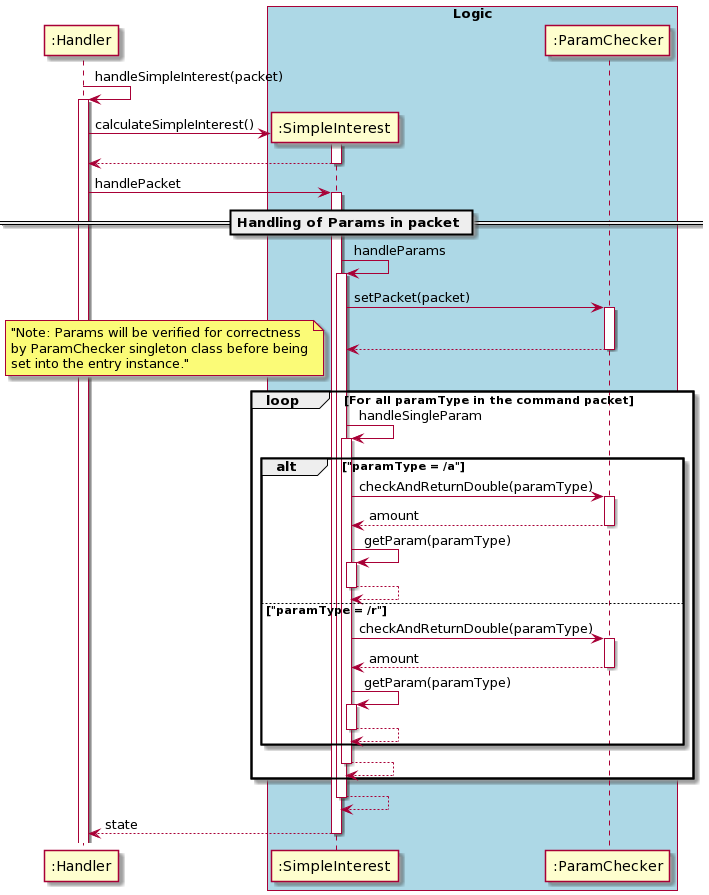
The PlantUML diagram docs/uml_images/financetools/SimpleInterest/SimpleInterestSequenceDiagram(1).png in nus-cs2113-AY2021S1/tp, before a commit.
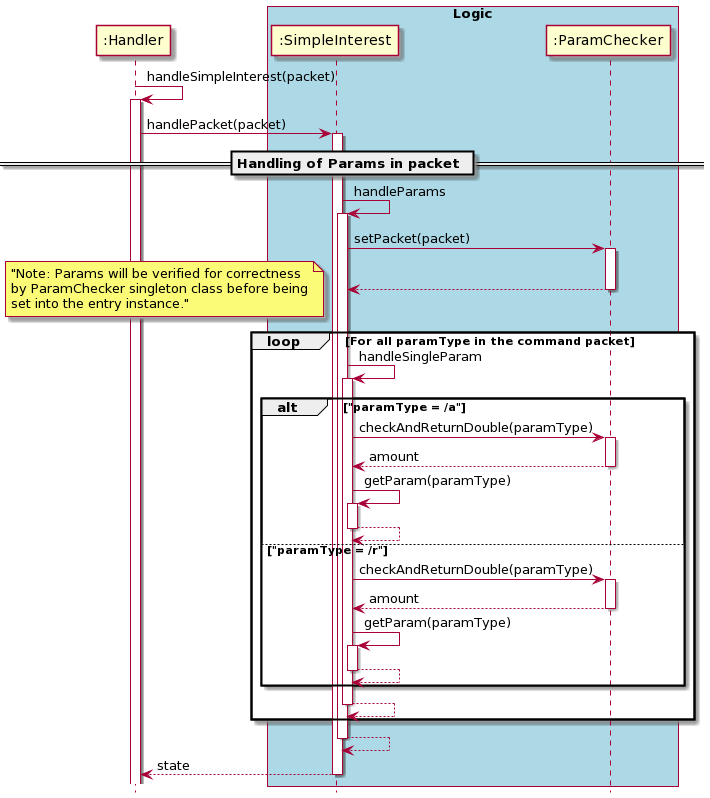
The same file after the commit.

Change to the diagram source:
```diff
@@ -1,12 +1,10 @@
 @startuml
+hide footbox
 autoactivate on
 
 ":Handler" ->":Handler": handleSimpleInterest(packet)
-    create ":SimpleInterest"
-   ":Handler"-> ":SimpleInterest" : calculateSimpleInterest()
-    return
 
-   ":Handler"-> ":SimpleInterest" : handlePacket
+   ":Handler"-> ":SimpleInterest" : handlePacket(packet)
 
         == Handling of Params in packet ==
         ":SimpleInterest" -> ":SimpleInterest" : handleParams
```
